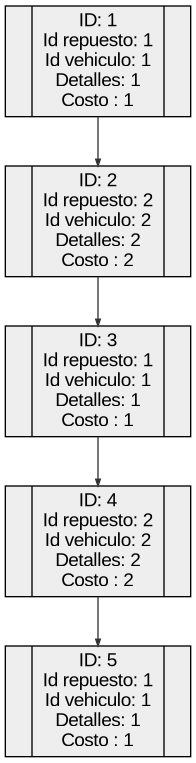
Earlier version of the Graphviz export Fase2/AutoGestPro/Reportes/ReporteServicios.png (0520Jose/-EDD-1S2025_202300539). Its source is kept beside it as Fase2/AutoGestPro/Reportes/ReporteServicios.dot.
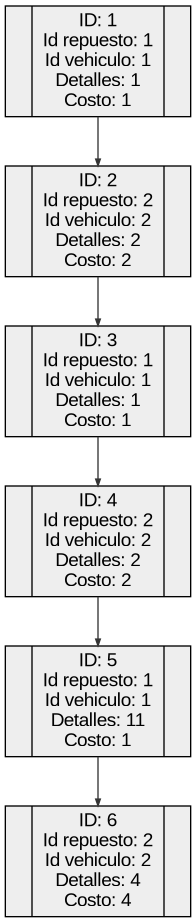
After the commit.

Diff of the diagram source:
```diff
@@ -21,13 +21,15 @@
 edge [headlabel=""];
 edge [label=""];
 edge [weight="1"];
-n1 [label="<f0> |<f1> ID: 1\nId repuesto: 1\nId vehiculo: 1\nDetalles: 1\nCosto : 1|<f2>"];
-n1:D -> n2;
-n2 [label="<f0> |<f1> ID: 2\nId repuesto: 2\nId vehiculo: 2\nDetalles: 2\nCosto : 2|<f2>"];
-n2:D -> n3;
-n3 [label="<f0> |<f1> ID: 3\nId repuesto: 1\nId vehiculo: 1\nDetalles: 1\nCosto : 1|<f2>"];
-n3:D -> n4;
-n4 [label="<f0> |<f1> ID: 4\nId repuesto: 2\nId vehiculo: 2\nDetalles: 2\nCosto : 2|<f2>"];
-n4:D -> n5;
-n5 [label="<f0> |<f1> ID: 5\nId repuesto: 1\nId vehiculo: 1\nDetalles: 1\nCosto : 1|<f2>"];
+n1 [label="<f0> |<f1> ID: 1\nId repuesto: 1\nId vehiculo: 1\nDetalles: 1\nCosto: 1|<f2>"];
+n1 -> n2;
+n2 [label="<f0> |<f1> ID: 2\nId repuesto: 2\nId vehiculo: 2\nDetalles: 2\nCosto: 2|<f2>"];
+n2 -> n3;
+n3 [label="<f0> |<f1> ID: 3\nId repuesto: 1\nId vehiculo: 1\nDetalles: 1\nCosto: 1|<f2>"];
+n3 -> n4;
+n4 [label="<f0> |<f1> ID: 4\nId repuesto: 2\nId vehiculo: 2\nDetalles: 2\nCosto: 2|<f2>"];
+n4 -> n5;
+n5 [label="<f0> |<f1> ID: 5\nId repuesto: 1\nId vehiculo: 1\nDetalles: 11\nCosto: 1|<f2>"];
+n5 -> n6;
+n6 [label="<f0> |<f1> ID: 6\nId repuesto: 2\nId vehiculo: 2\nDetalles: 4\nCosto: 4|<f2>"];
 }
```
